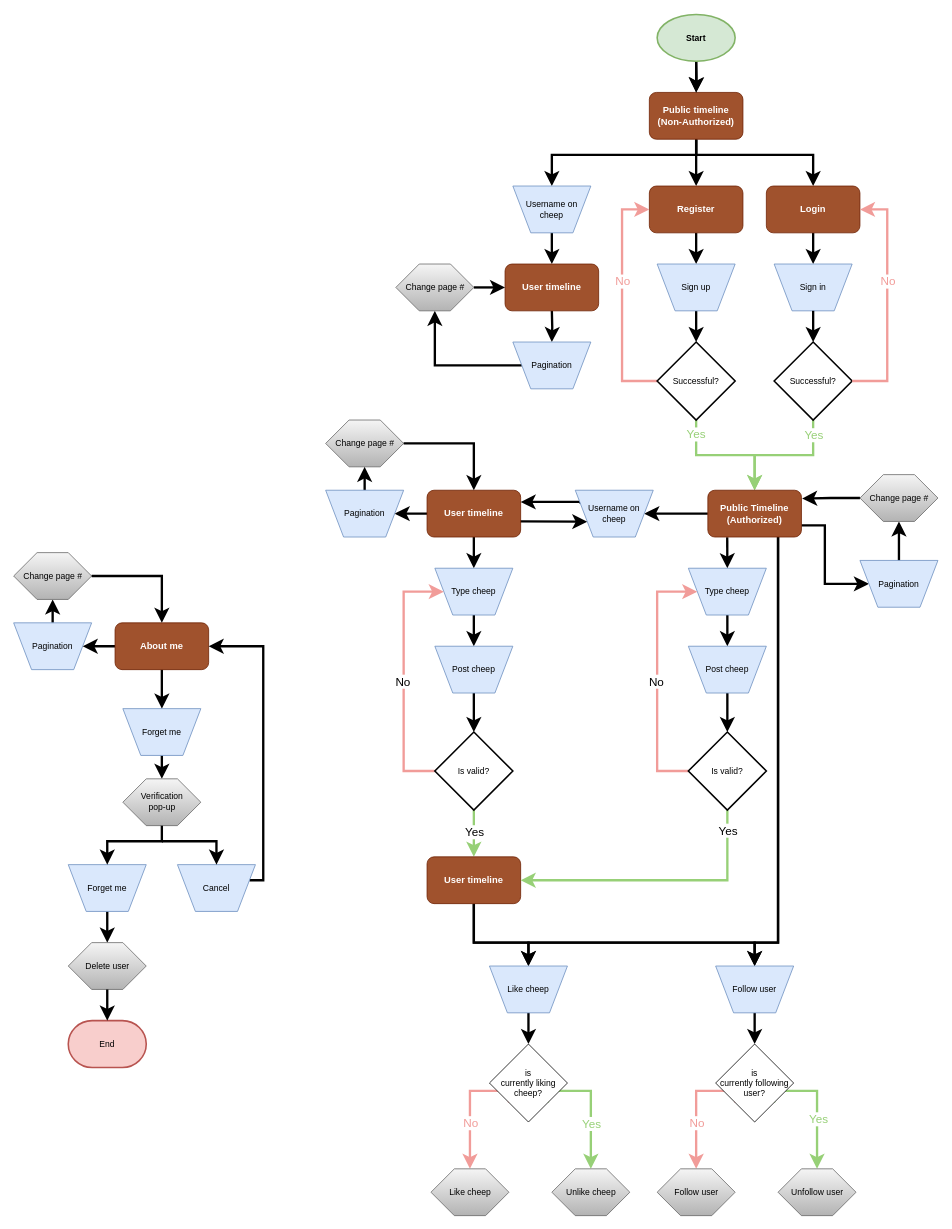
This is docs/diagrams/Full User Journey.drawio from ITU-BDSA-GROUP-20/Chirp, a draw.io file, before an edit. Source tidied: cells renumbered, new cells numbered last; positions are measured from the earlier drawing's top-left corner, leaving out a move shared by most shapes. Both pictures are drawn from the tidied source at 78%, with x=0, y=0 at pixel (13, 14).
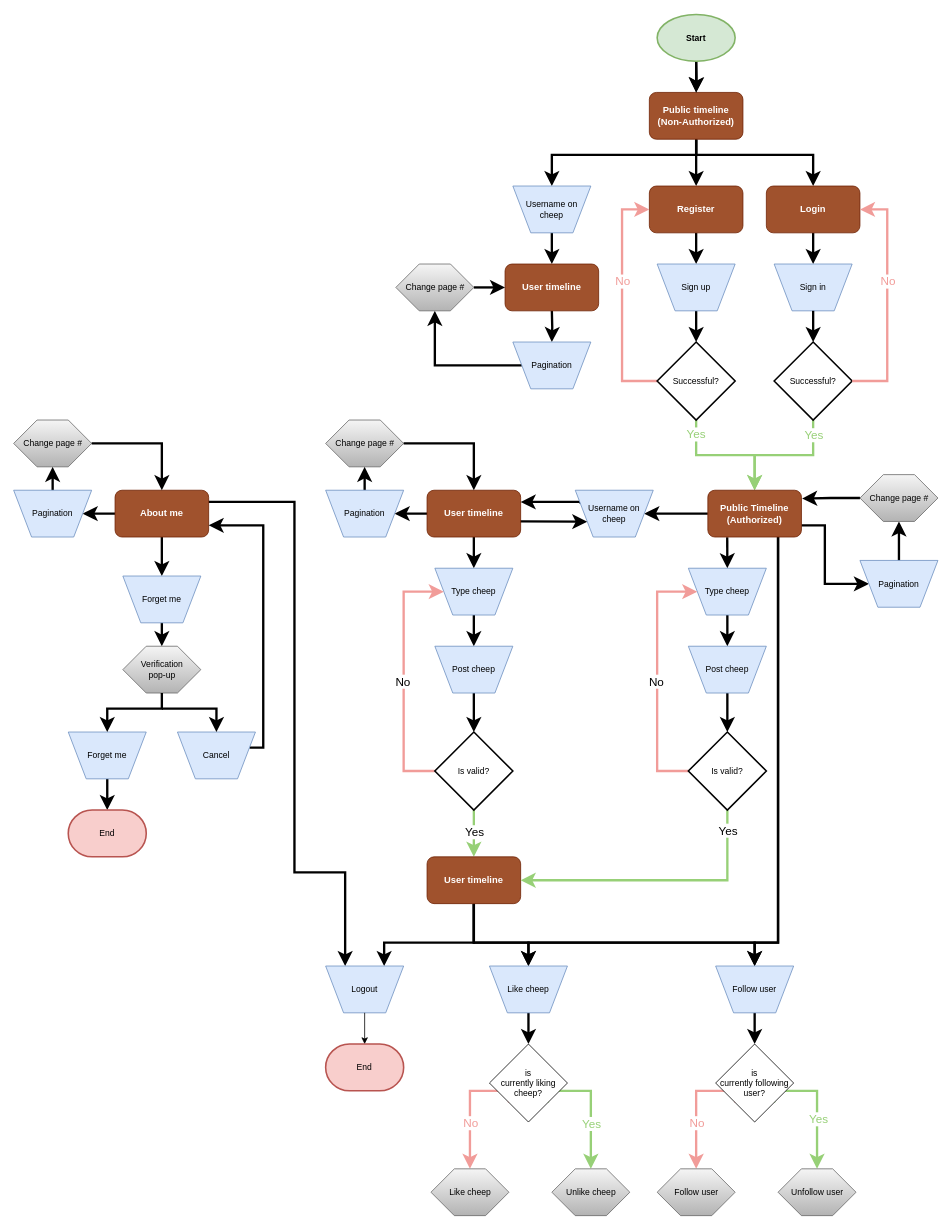
After the change.

Unchanged cells that the change refers to:
```xml
<mxCell id="60" value="&lt;b&gt;&lt;font style=&quot;font-size: 12px;&quot;&gt;User timeline&lt;/font&gt;&lt;/b&gt;" style="rounded=1;whiteSpace=wrap;html=1;fontFamily=Helvetica;fontSize=11;fontColor=#ffffff;fillColor=#a0522d;strokeColor=#6D1F00;" parent="1" vertex="1">
  <mxGeometry x="530" y="1080" width="120" height="60" as="geometry" />
</mxCell>
<mxCell id="120" style="verticalLabelPosition=bottom;verticalAlign=top;html=1;shape=hexagon;perimeter=hexagonPerimeter2;arcSize=6;size=0.3;fontFamily=Helvetica;fontSize=11;fillColor=#f5f5f5;gradientColor=#b3b3b3;strokeColor=#666666;" parent="119" vertex="1">
  <mxGeometry width="100" height="60" as="geometry" />
</mxCell>
```

Change to the diagram source:
```diff
@@
+    <mxCell id="133" style="edgeStyle=orthogonalEdgeStyle;rounded=0;jettySize=auto;html=1;entryX=0.75;entryY=0;entryDx=0;entryDy=0;exitX=0.5;exitY=1;exitDx=0;exitDy=0;strokeWidth=3;endSize=10;" parent="1" edge="1" source="60" target="135">
+      <mxGeometry relative="1" as="geometry">
+        <Array as="points">
+          <mxPoint x="590" y="1190" />
+          <mxPoint x="475" y="1190" />
+        </Array>
+      </mxGeometry>
+    </mxCell>
@@
+    <mxCell id="134" style="edgeStyle=orthogonalEdgeStyle;rounded=0;jettySize=auto;html=1;entryX=0.25;entryY=0;entryDx=0;entryDy=0;exitX=1;exitY=0.25;exitDx=0;exitDy=0;strokeWidth=3;endSize=10;" parent="1" edge="1" source="110" target="135">
+      <mxGeometry relative="1" as="geometry">
+        <Array as="points">
+          <mxPoint x="360" y="625" />
+          <mxPoint x="360" y="1100" />
+          <mxPoint x="425" y="1100" />
+        </Array>
+      </mxGeometry>
+    </mxCell>
     <mxCell id="110" value="&lt;b&gt;&lt;font style=&quot;font-size: 12px;&quot;&gt;About me&lt;/font&gt;&lt;/b&gt;" style="rounded=1;whiteSpace=wrap;html=1;fontFamily=Helvetica;fontSize=11;fontColor=#ffffff;fillColor=#a0522d;strokeColor=#6D1F00;" parent="1" vertex="1">
-      <mxGeometry x="130" y="780" width="120" height="60" as="geometry" />
+      <mxGeometry x="130" y="610" width="120" height="60" as="geometry" />
     </mxCell>
@@
     <mxCell id="112" value="Pagination" style="verticalLabelPosition=middle;verticalAlign=middle;html=1;shape=trapezoid;perimeter=trapezoidPerimeter;whiteSpace=wrap;size=0.23;arcSize=10;flipV=1;labelPosition=center;align=center;fontFamily=Helvetica;fontSize=11;fillColor=#dae8fc;strokeColor=#6c8ebf;" parent="1" vertex="1">
-      <mxGeometry y="780" width="100" height="60" as="geometry" />
+      <mxGeometry y="610" width="100" height="60" as="geometry" />
     </mxCell>
     <mxCell id="113" style="group;" parent="1" vertex="1">
-      <mxGeometry y="690" width="100" height="60" as="geometry" />
+      <mxGeometry y="520" width="100" height="60" as="geometry" />
     </mxCell>
@@
     <mxCell id="118" value="Forget me" style="verticalLabelPosition=middle;verticalAlign=middle;html=1;shape=trapezoid;perimeter=trapezoidPerimeter;whiteSpace=wrap;size=0.23;arcSize=10;flipV=1;labelPosition=center;align=center;fontFamily=Helvetica;fontSize=11;fillColor=#dae8fc;strokeColor=#6c8ebf;" parent="1" vertex="1">
-      <mxGeometry x="140" y="890" width="100" height="60" as="geometry" />
+      <mxGeometry x="140" y="720" width="100" height="60" as="geometry" />
     </mxCell>
     <mxCell id="119" style="group;" parent="1" vertex="1">
-      <mxGeometry x="140" y="980" width="100" height="60" as="geometry" />
+      <mxGeometry x="140" y="810" width="100" height="60" as="geometry" />
     </mxCell>
@@
-    <mxCell id="122" style="edgeStyle=orthogonalEdgeStyle;shape=connector;rounded=0;jettySize=auto;html=1;entryX=0.5;entryY=0;entryDx=0;entryDy=0;labelBackgroundColor=default;strokeColor=default;strokeWidth=3;align=center;verticalAlign=middle;fontFamily=Helvetica;fontSize=11;fontColor=default;endArrow=classic;endSize=10;" parent="1" edge="1" source="123" target="130">
+    <mxCell id="122" style="edgeStyle=orthogonalEdgeStyle;shape=connector;rounded=0;jettySize=auto;html=1;entryX=0.5;entryY=0;entryDx=0;entryDy=0;labelBackgroundColor=default;strokeColor=default;strokeWidth=3;align=center;verticalAlign=middle;fontFamily=Helvetica;fontSize=11;fontColor=default;endArrow=classic;endSize=10;entryPerimeter=0;" parent="1" edge="1" source="123" target="128">
       <mxGeometry relative="1" as="geometry" />
     </mxCell>
     <mxCell id="123" value="Forget me" style="verticalLabelPosition=middle;verticalAlign=middle;html=1;shape=trapezoid;perimeter=trapezoidPerimeter;whiteSpace=wrap;size=0.23;arcSize=10;flipV=1;labelPosition=center;align=center;fontFamily=Helvetica;fontSize=11;fillColor=#dae8fc;strokeColor=#6c8ebf;" parent="1" vertex="1">
-      <mxGeometry x="70" y="1090" width="100" height="60" as="geometry" />
+      <mxGeometry x="70" y="920" width="100" height="60" as="geometry" />
     </mxCell>
-    <mxCell id="124" style="edgeStyle=orthogonalEdgeStyle;shape=connector;rounded=0;jettySize=auto;html=1;labelBackgroundColor=default;strokeColor=default;strokeWidth=3;align=center;verticalAlign=middle;fontFamily=Helvetica;fontSize=11;fontColor=default;endArrow=classic;endSize=10;entryX=1;entryY=0.5;entryDx=0;entryDy=0;" parent="1" edge="1" source="125" target="110">
+    <mxCell id="124" style="edgeStyle=orthogonalEdgeStyle;shape=connector;rounded=0;jettySize=auto;html=1;labelBackgroundColor=default;strokeColor=default;strokeWidth=3;align=center;verticalAlign=middle;fontFamily=Helvetica;fontSize=11;fontColor=default;endArrow=classic;endSize=10;entryX=1;entryY=0.75;entryDx=0;entryDy=0;" parent="1" edge="1" source="125" target="110">
       <mxGeometry relative="1" as="geometry">
         <Array as="points">
-          <mxPoint x="320" y="1110" />
-          <mxPoint x="320" y="810" />
+          <mxPoint x="320" y="940" />
+          <mxPoint x="320" y="655" />
         </Array>
       </mxGeometry>
     </mxCell>
     <mxCell id="125" value="Cancel" style="verticalLabelPosition=middle;verticalAlign=middle;html=1;shape=trapezoid;perimeter=trapezoidPerimeter;whiteSpace=wrap;size=0.23;arcSize=10;flipV=1;labelPosition=center;align=center;fontFamily=Helvetica;fontSize=11;fillColor=#dae8fc;strokeColor=#6c8ebf;" parent="1" vertex="1">
-      <mxGeometry x="210" y="1090" width="100" height="60" as="geometry" />
+      <mxGeometry x="210" y="920" width="100" height="60" as="geometry" />
     </mxCell>
     <mxCell id="126" style="edgeStyle=orthogonalEdgeStyle;shape=connector;rounded=0;jettySize=auto;html=1;labelBackgroundColor=default;strokeColor=default;strokeWidth=3;align=center;verticalAlign=middle;fontFamily=Helvetica;fontSize=11;fontColor=default;endArrow=classic;endSize=10;" parent="1" edge="1" source="120" target="123">
       <mxGeometry relative="1" as="geometry">
         <Array as="points">
-          <mxPoint x="190" y="1060" />
-          <mxPoint x="120" y="1060" />
+          <mxPoint x="190" y="890" />
+          <mxPoint x="120" y="890" />
         </Array>
       </mxGeometry>
     </mxCell>
     <mxCell id="127" style="edgeStyle=orthogonalEdgeStyle;shape=connector;rounded=0;jettySize=auto;html=1;entryX=0.5;entryY=0;entryDx=0;entryDy=0;labelBackgroundColor=default;strokeColor=default;strokeWidth=3;align=center;verticalAlign=middle;fontFamily=Helvetica;fontSize=11;fontColor=default;endArrow=classic;endSize=10;" parent="1" edge="1" target="125">
       <mxGeometry relative="1" as="geometry">
-        <mxPoint x="190" y="1060" as="sourcePoint" />
+        <mxPoint x="190" y="890" as="sourcePoint" />
         <Array as="points">
-          <mxPoint x="190" y="1060" />
-          <mxPoint x="260" y="1060" />
+          <mxPoint x="190" y="890" />
+          <mxPoint x="260" y="890" />
         </Array>
       </mxGeometry>
     </mxCell>
     <mxCell id="128" value="End" style="strokeWidth=2;html=1;shape=mxgraph.flowchart.terminator;whiteSpace=wrap;fontFamily=Helvetica;fontSize=11;fillColor=#f8cecc;strokeColor=#b85450;" parent="1" vertex="1">
-      <mxGeometry x="70" y="1290" width="100" height="60" as="geometry" />
+      <mxGeometry x="70" y="1020" width="100" height="60" as="geometry" />
     </mxCell>
-    <mxCell id="129" style="group;" parent="1" vertex="1">
-      <mxGeometry x="70" y="1190" width="100" height="60" as="geometry" />
-    </mxCell>
-    <mxCell id="130" style="verticalLabelPosition=bottom;verticalAlign=top;html=1;shape=hexagon;perimeter=hexagonPerimeter2;arcSize=6;size=0.3;fontFamily=Helvetica;fontSize=11;fillColor=#f5f5f5;gradientColor=#b3b3b3;strokeColor=#666666;" parent="129" vertex="1">
-      <mxGeometry width="100" height="60" as="geometry" />
-    </mxCell>
-    <mxCell id="131" value="Delete user" style="text;html=1;align=center;verticalAlign=middle;strokeColor=none;fillColor=none;fontSize=11;fontFamily=Helvetica;fontColor=default;" parent="129" vertex="1">
-      <mxGeometry x="10" y="15" width="80" height="30" as="geometry" />
-    </mxCell>
-    <mxCell id="132" style="edgeStyle=orthogonalEdgeStyle;shape=connector;rounded=0;jettySize=auto;html=1;entryX=0.5;entryY=0;entryDx=0;entryDy=0;entryPerimeter=0;labelBackgroundColor=default;strokeColor=default;strokeWidth=3;align=center;verticalAlign=middle;fontFamily=Helvetica;fontSize=11;fontColor=default;endArrow=classic;endSize=10;" parent="1" edge="1" source="130" target="128">
-      <mxGeometry relative="1" as="geometry" />
-    </mxCell>
+    <mxCell id="135" value="Logout" style="verticalLabelPosition=middle;verticalAlign=middle;html=1;shape=trapezoid;perimeter=trapezoidPerimeter;whiteSpace=wrap;size=0.23;arcSize=10;flipV=1;labelPosition=center;align=center;fontFamily=Helvetica;fontSize=11;fillColor=#dae8fc;strokeColor=#6c8ebf;" parent="1" vertex="1">
+      <mxGeometry x="400" y="1220" width="100" height="60" as="geometry" />
+    </mxCell>
+    <mxCell id="136" value="End" style="strokeWidth=2;html=1;shape=mxgraph.flowchart.terminator;whiteSpace=wrap;fontFamily=Helvetica;fontSize=11;fillColor=#f8cecc;strokeColor=#b85450;" parent="1" vertex="1">
+      <mxGeometry x="400" y="1320" width="100" height="60" as="geometry" />
+    </mxCell>
+    <mxCell id="137" style="edgeStyle=orthogonalEdgeStyle;rounded=0;jettySize=auto;html=1;entryX=0.5;entryY=0;entryDx=0;entryDy=0;entryPerimeter=0;" parent="1" edge="1" source="135" target="136">
+      <mxGeometry relative="1" as="geometry" />
+    </mxCell>
```
